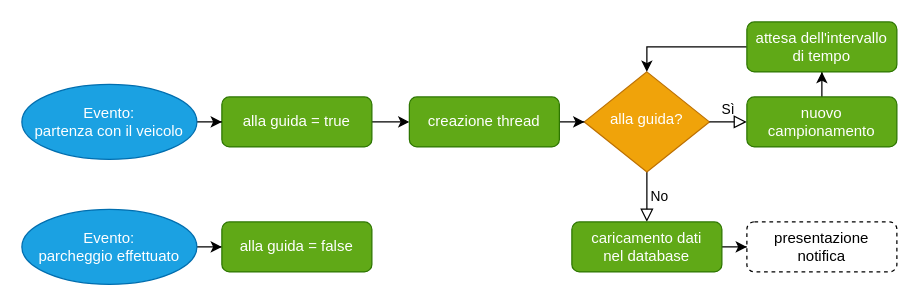
This is images/flow_diagram_raccolta_dati.drawio from AlessioLuciani/bachelor-thesis, a draw.io file, before an edit. Source tidied: cells renumbered, new cells numbered last; positions are measured from the earlier drawing's top-left corner, leaving out a move shared by most shapes. Both pictures are drawn from the tidied source at 125%, with x=0, y=0 at pixel (21, 21).
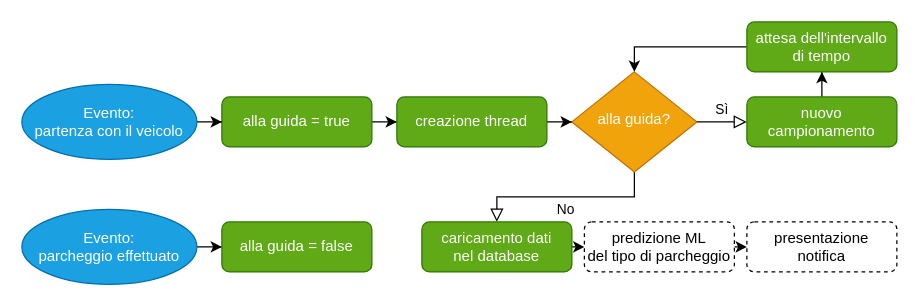
After the change.

Commit message (it also covers changes not shown here):
Update data collection flow diagram

The change refers to these unchanged cells:
```xml
<mxCell id="20" value="presentazione&lt;br&gt;notifica" style="rounded=1;whiteSpace=wrap;html=1;fontSize=12;glass=0;strokeWidth=1;shadow=0;dashed=1;" parent="1" vertex="1">
  <mxGeometry x="580" y="160" width="120" height="40" as="geometry" />
</mxCell>
```

What changed in the source:
```diff
@@
     <mxCell id="5" value="alla guida?" style="rhombus;whiteSpace=wrap;html=1;shadow=0;fontFamily=Helvetica;fontSize=12;align=center;strokeWidth=1;spacing=6;spacingTop=-4;fillColor=#f0a30a;strokeColor=#BD7000;fontColor=#ffffff;" parent="1" vertex="1">
-      <mxGeometry x="450" y="40" width="100" height="80" as="geometry" />
+      <mxGeometry x="440" y="40" width="100" height="80" as="geometry" />
     </mxCell>
-    <mxCell id="6" style="edgeStyle=orthogonalEdgeStyle;rounded=0;jettySize=auto;html=1;entryX=0;entryY=0.5;entryDx=0;entryDy=0;" parent="1" edge="1" source="7" target="20">
-      <mxGeometry relative="1" as="geometry" />
-    </mxCell>
+    <mxCell id="21" style="edgeStyle=orthogonalEdgeStyle;rounded=0;jettySize=auto;html=1;exitX=1;exitY=0.5;exitDx=0;exitDy=0;entryX=0;entryY=0.5;entryDx=0;entryDy=0;" parent="1" edge="1" source="7" target="23">
+      <mxGeometry relative="1" as="geometry" />
+    </mxCell>
     <mxCell id="7" value="caricamento dati&lt;br&gt;nel database" style="rounded=1;whiteSpace=wrap;html=1;fontSize=12;glass=0;strokeWidth=1;shadow=0;fillColor=#60a917;strokeColor=#2D7600;fontColor=#ffffff;" parent="1" vertex="1">
-      <mxGeometry x="440" y="160" width="120" height="40" as="geometry" />
+      <mxGeometry x="320" y="160" width="120" height="40" as="geometry" />
     </mxCell>
@@
     <mxCell id="14" value="creazione thread" style="rounded=1;whiteSpace=wrap;html=1;fontSize=12;glass=0;strokeWidth=1;shadow=0;fillColor=#60a917;strokeColor=#2D7600;fontColor=#ffffff;" parent="1" vertex="1">
-      <mxGeometry x="310" y="60" width="120" height="40" as="geometry" />
+      <mxGeometry x="300" y="60" width="120" height="40" as="geometry" />
     </mxCell>
@@
+    <mxCell id="22" style="edgeStyle=orthogonalEdgeStyle;rounded=0;jettySize=auto;html=1;exitX=1;exitY=0.5;exitDx=0;exitDy=0;entryX=0;entryY=0.5;entryDx=0;entryDy=0;" parent="1" edge="1" source="23" target="20">
+      <mxGeometry relative="1" as="geometry" />
+    </mxCell>
+    <mxCell id="23" value="predizione ML&lt;br&gt;del tipo di parcheggio" style="rounded=1;whiteSpace=wrap;html=1;fontSize=12;glass=0;strokeWidth=1;shadow=0;dashed=1;" parent="1" vertex="1">
+      <mxGeometry x="450" y="160" width="120" height="40" as="geometry" />
+    </mxCell>
```
